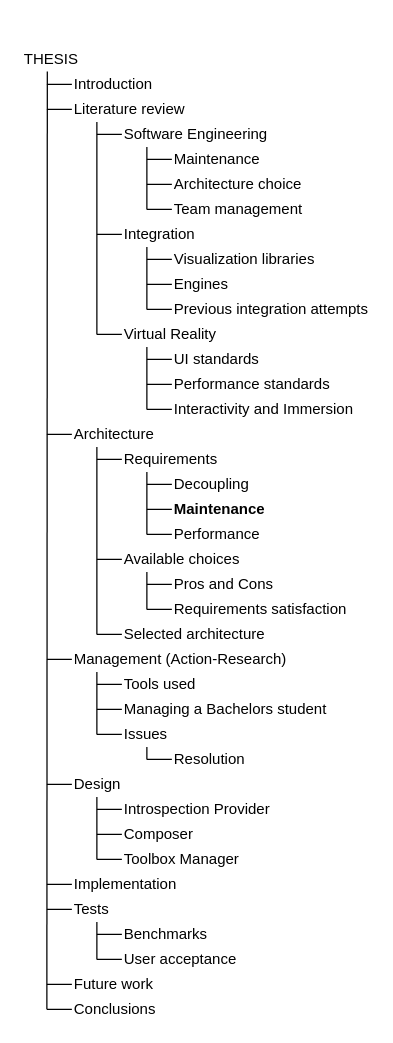
Above: Charts/Document Structure.drawio in EnlitHamster/VtkUnityWorkbench (draw.io), before the change. Source tidied: cells renumbered, new cells numbered last; positions are measured from the earlier drawing's top-left corner, leaving out a move shared by most shapes. Both pictures are drawn from the tidied source at 125%, with x=0, y=0 at pixel (21, 46).
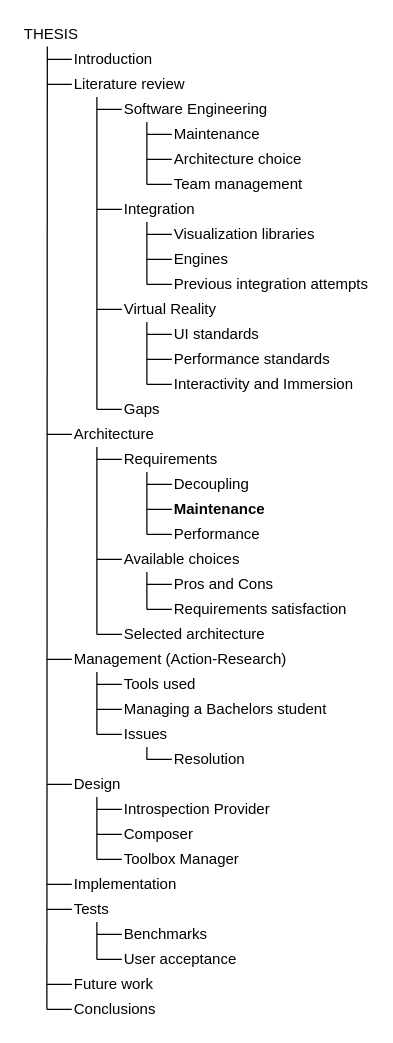
Above is the later version.

Commit message:
Added Gaps in the Literature Review - v0.1.1

Change to the diagram source:
```diff
@@
     <mxCell id="2" value="THESIS" style="text;html=1;strokeColor=none;fillColor=none;align=left;verticalAlign=middle;whiteSpace=wrap;rounded=0;" parent="1" vertex="1">
-      <mxGeometry width="50" height="20" as="geometry" />
+      <mxGeometry y="-20" width="50" height="20" as="geometry" />
     </mxCell>
@@
     <mxCell id="4" value="Introduction" style="text;html=1;strokeColor=none;fillColor=none;align=left;verticalAlign=middle;whiteSpace=wrap;rounded=0;" parent="1" vertex="1">
-      <mxGeometry x="40" y="20" width="70" height="20" as="geometry" />
+      <mxGeometry x="40" width="70" height="20" as="geometry" />
     </mxCell>
     <mxCell id="5" style="endArrow=none;html=1;entryX=0;entryY=0.5;entryDx=0;entryDy=0;" parent="1" edge="1" target="4">
       <mxGeometry relative="1" as="geometry">
-        <mxPoint x="20" y="30" as="sourcePoint" />
+        <mxPoint x="20" y="10" as="sourcePoint" />
       </mxGeometry>
     </mxCell>
     <mxCell id="6" value="Literature review" style="text;html=1;strokeColor=none;fillColor=none;align=left;verticalAlign=middle;whiteSpace=wrap;rounded=0;" parent="1" vertex="1">
-      <mxGeometry x="40" y="40" width="100" height="20" as="geometry" />
+      <mxGeometry x="40" y="20" width="100" height="20" as="geometry" />
     </mxCell>
     <mxCell id="7" style="endArrow=none;html=1;entryX=0;entryY=0.5;entryDx=0;entryDy=0;" parent="1" edge="1" target="6">
       <mxGeometry relative="1" as="geometry">
-        <mxPoint x="20" y="50" as="sourcePoint" />
+        <mxPoint x="20" y="30" as="sourcePoint" />
       </mxGeometry>
     </mxCell>
     <mxCell id="8" value="Software Engineering" style="text;html=1;strokeColor=none;fillColor=none;align=left;verticalAlign=middle;whiteSpace=wrap;rounded=0;" parent="1" vertex="1">
-      <mxGeometry x="80" y="60" width="120" height="20" as="geometry" />
+      <mxGeometry x="80" y="40" width="120" height="20" as="geometry" />
     </mxCell>
     <mxCell id="9" style="endArrow=none;html=1;" parent="1" edge="1">
       <mxGeometry relative="1" as="geometry">
-        <mxPoint x="60" y="60" as="sourcePoint" />
-        <mxPoint x="60" y="230" as="targetPoint" />
+        <mxPoint x="60" y="40" as="sourcePoint" />
+        <mxPoint x="60" y="290" as="targetPoint" />
       </mxGeometry>
     </mxCell>
     <mxCell id="10" style="endArrow=none;html=1;entryX=0;entryY=0.5;entryDx=0;entryDy=0;" parent="1" edge="1" target="8">
       <mxGeometry relative="1" as="geometry">
-        <mxPoint x="60" y="70" as="sourcePoint" />
+        <mxPoint x="60" y="50" as="sourcePoint" />
       </mxGeometry>
     </mxCell>
     <mxCell id="11" value="Maintenance" style="text;html=1;strokeColor=none;fillColor=none;align=left;verticalAlign=middle;whiteSpace=wrap;rounded=0;" parent="1" vertex="1">
-      <mxGeometry x="120" y="80" width="80" height="20" as="geometry" />
+      <mxGeometry x="120" y="60" width="80" height="20" as="geometry" />
     </mxCell>
     <mxCell id="12" style="endArrow=none;html=1;" parent="1" edge="1">
       <mxGeometry relative="1" as="geometry">
-        <mxPoint x="100" y="80" as="sourcePoint" />
-        <mxPoint x="100" y="130" as="targetPoint" />
+        <mxPoint x="100" y="60" as="sourcePoint" />
+        <mxPoint x="100" y="110" as="targetPoint" />
       </mxGeometry>
     </mxCell>
     <mxCell id="13" style="endArrow=none;html=1;entryX=0;entryY=0.5;entryDx=0;entryDy=0;" parent="1" edge="1" target="11">
       <mxGeometry relative="1" as="geometry">
-        <mxPoint x="100" y="90" as="sourcePoint" />
+        <mxPoint x="100" y="70" as="sourcePoint" />
       </mxGeometry>
     </mxCell>
     <mxCell id="14" value="Architecture choice" style="text;html=1;strokeColor=none;fillColor=none;align=left;verticalAlign=middle;whiteSpace=wrap;rounded=0;" parent="1" vertex="1">
-      <mxGeometry x="120" y="100" width="110" height="20" as="geometry" />
+      <mxGeometry x="120" y="80" width="110" height="20" as="geometry" />
     </mxCell>
     <mxCell id="15" style="endArrow=none;html=1;entryX=0;entryY=0.5;entryDx=0;entryDy=0;" parent="1" edge="1" target="14">
       <mxGeometry relative="1" as="geometry">
-        <mxPoint x="100" y="110" as="sourcePoint" />
+        <mxPoint x="100" y="90" as="sourcePoint" />
       </mxGeometry>
     </mxCell>
     <mxCell id="16" value="Team management" style="text;html=1;strokeColor=none;fillColor=none;align=left;verticalAlign=middle;whiteSpace=wrap;rounded=0;labelPosition=center;verticalLabelPosition=middle;horizontal=1;" parent="1" vertex="1">
-      <mxGeometry x="120" y="120" width="110" height="20" as="geometry" />
+      <mxGeometry x="120" y="100" width="110" height="20" as="geometry" />
     </mxCell>
     <mxCell id="17" style="endArrow=none;html=1;entryX=0;entryY=0.5;entryDx=0;entryDy=0;" parent="1" edge="1" target="16">
       <mxGeometry relative="1" as="geometry">
-        <mxPoint x="100" y="130" as="sourcePoint" />
+        <mxPoint x="100" y="110" as="sourcePoint" />
       </mxGeometry>
     </mxCell>
     <mxCell id="18" value="Integration" style="text;html=1;strokeColor=none;fillColor=none;align=left;verticalAlign=middle;whiteSpace=wrap;rounded=0;" parent="1" vertex="1">
-      <mxGeometry x="80" y="140" width="120" height="20" as="geometry" />
+      <mxGeometry x="80" y="120" width="120" height="20" as="geometry" />
     </mxCell>
     <mxCell id="19" style="endArrow=none;html=1;entryX=0;entryY=0.5;entryDx=0;entryDy=0;" parent="1" edge="1" target="18">
       <mxGeometry relative="1" as="geometry">
-        <mxPoint x="60" y="150" as="sourcePoint" />
+        <mxPoint x="60" y="130" as="sourcePoint" />
       </mxGeometry>
     </mxCell>
     <mxCell id="20" value="Visualization libraries" style="text;html=1;strokeColor=none;fillColor=none;align=left;verticalAlign=middle;whiteSpace=wrap;rounded=0;" parent="1" vertex="1">
-      <mxGeometry x="120" y="160" width="120" height="20" as="geometry" />
+      <mxGeometry x="120" y="140" width="120" height="20" as="geometry" />
     </mxCell>
     <mxCell id="21" style="endArrow=none;html=1;" parent="1" edge="1">
       <mxGeometry relative="1" as="geometry">
-        <mxPoint x="100" y="160" as="sourcePoint" />
-        <mxPoint x="100" y="210" as="targetPoint" />
+        <mxPoint x="100" y="140" as="sourcePoint" />
+        <mxPoint x="100" y="190" as="targetPoint" />
       </mxGeometry>
     </mxCell>
     <mxCell id="22" style="endArrow=none;html=1;entryX=0;entryY=0.5;entryDx=0;entryDy=0;" parent="1" edge="1" target="20">
       <mxGeometry relative="1" as="geometry">
-        <mxPoint x="100" y="170" as="sourcePoint" />
+        <mxPoint x="100" y="150" as="sourcePoint" />
       </mxGeometry>
     </mxCell>
     <mxCell id="23" value="Engines" style="text;html=1;strokeColor=none;fillColor=none;align=left;verticalAlign=middle;whiteSpace=wrap;rounded=0;" parent="1" vertex="1">
-      <mxGeometry x="120" y="180" width="120" height="20" as="geometry" />
+      <mxGeometry x="120" y="160" width="120" height="20" as="geometry" />
     </mxCell>
     <mxCell id="24" style="endArrow=none;html=1;entryX=0;entryY=0.5;entryDx=0;entryDy=0;" parent="1" edge="1" target="23">
       <mxGeometry relative="1" as="geometry">
-        <mxPoint x="100" y="190" as="sourcePoint" />
+        <mxPoint x="100" y="170" as="sourcePoint" />
       </mxGeometry>
     </mxCell>
     <mxCell id="25" value="Previous integration attempts" style="text;html=1;strokeColor=none;fillColor=none;align=left;verticalAlign=middle;whiteSpace=wrap;rounded=0;" parent="1" vertex="1">
-      <mxGeometry x="120" y="200" width="160" height="20" as="geometry" />
+      <mxGeometry x="120" y="180" width="160" height="20" as="geometry" />
     </mxCell>
     <mxCell id="26" style="endArrow=none;html=1;entryX=0;entryY=0.5;entryDx=0;entryDy=0;" parent="1" edge="1" target="25">
       <mxGeometry relative="1" as="geometry">
-        <mxPoint x="100" y="210" as="sourcePoint" />
+        <mxPoint x="100" y="190" as="sourcePoint" />
       </mxGeometry>
     </mxCell>
     <mxCell id="27" value="Virtual Reality" style="text;html=1;strokeColor=none;fillColor=none;align=left;verticalAlign=middle;whiteSpace=wrap;rounded=0;" parent="1" vertex="1">
-      <mxGeometry x="80" y="220" width="120" height="20" as="geometry" />
+      <mxGeometry x="80" y="200" width="120" height="20" as="geometry" />
     </mxCell>
     <mxCell id="28" style="endArrow=none;html=1;entryX=0;entryY=0.5;entryDx=0;entryDy=0;" parent="1" edge="1">
       <mxGeometry relative="1" as="geometry">
-        <mxPoint x="60" y="230" as="sourcePoint" />
-        <mxPoint x="80" y="230" as="targetPoint" />
+        <mxPoint x="60" y="210" as="sourcePoint" />
+        <mxPoint x="80" y="210" as="targetPoint" />
       </mxGeometry>
     </mxCell>
     <mxCell id="29" style="endArrow=none;html=1;" parent="1" edge="1">
       <mxGeometry relative="1" as="geometry">
-        <mxPoint x="100" y="240" as="sourcePoint" />
-        <mxPoint x="100" y="290" as="targetPoint" />
+        <mxPoint x="100" y="220" as="sourcePoint" />
+        <mxPoint x="100" y="270" as="targetPoint" />
       </mxGeometry>
     </mxCell>
     <mxCell id="30" style="endArrow=none;html=1;" parent="1" edge="1">
       <mxGeometry relative="1" as="geometry">
-        <mxPoint x="100" y="250" as="sourcePoint" />
-        <mxPoint x="120" y="250" as="targetPoint" />
+        <mxPoint x="100" y="230" as="sourcePoint" />
+        <mxPoint x="120" y="230" as="targetPoint" />
       </mxGeometry>
     </mxCell>
     <mxCell id="31" value="UI standards" style="text;html=1;strokeColor=none;fillColor=none;align=left;verticalAlign=middle;whiteSpace=wrap;rounded=0;" parent="1" vertex="1">
-      <mxGeometry x="120" y="240" width="120" height="20" as="geometry" />
+      <mxGeometry x="120" y="220" width="120" height="20" as="geometry" />
     </mxCell>
     <mxCell id="32" value="Performance standards" style="text;html=1;strokeColor=none;fillColor=none;align=left;verticalAlign=middle;whiteSpace=wrap;rounded=0;" parent="1" vertex="1">
-      <mxGeometry x="120" y="260" width="160" height="20" as="geometry" />
+      <mxGeometry x="120" y="240" width="160" height="20" as="geometry" />
     </mxCell>
     <mxCell id="33" style="endArrow=none;html=1;entryX=0;entryY=0.5;entryDx=0;entryDy=0;" parent="1" edge="1" target="32">
       <mxGeometry relative="1" as="geometry">
-        <mxPoint x="100" y="270" as="sourcePoint" />
+        <mxPoint x="100" y="250" as="sourcePoint" />
       </mxGeometry>
     </mxCell>
     <mxCell id="34" value="Interactivity and Immersion" style="text;html=1;strokeColor=none;fillColor=none;align=left;verticalAlign=middle;whiteSpace=wrap;rounded=0;" parent="1" vertex="1">
-      <mxGeometry x="120" y="280" width="150" height="20" as="geometry" />
+      <mxGeometry x="120" y="260" width="150" height="20" as="geometry" />
     </mxCell>
     <mxCell id="35" style="endArrow=none;html=1;entryX=0;entryY=0.5;entryDx=0;entryDy=0;" parent="1" edge="1" target="34">
       <mxGeometry relative="1" as="geometry">
-        <mxPoint x="100" y="290" as="sourcePoint" />
+        <mxPoint x="100" y="270" as="sourcePoint" />
       </mxGeometry>
     </mxCell>
@@
+    <mxCell id="91" style="endArrow=none;html=1;" parent="1" edge="1">
+      <mxGeometry relative="1" as="geometry">
+        <mxPoint x="60" y="290" as="sourcePoint" />
+        <mxPoint x="80" y="290" as="targetPoint" />
+      </mxGeometry>
+    </mxCell>
+    <mxCell id="92" value="Gaps" style="text;html=1;strokeColor=none;fillColor=none;align=left;verticalAlign=middle;whiteSpace=wrap;rounded=0;" parent="1" vertex="1">
+      <mxGeometry x="80" y="280" width="150" height="20" as="geometry" />
+    </mxCell>
```
